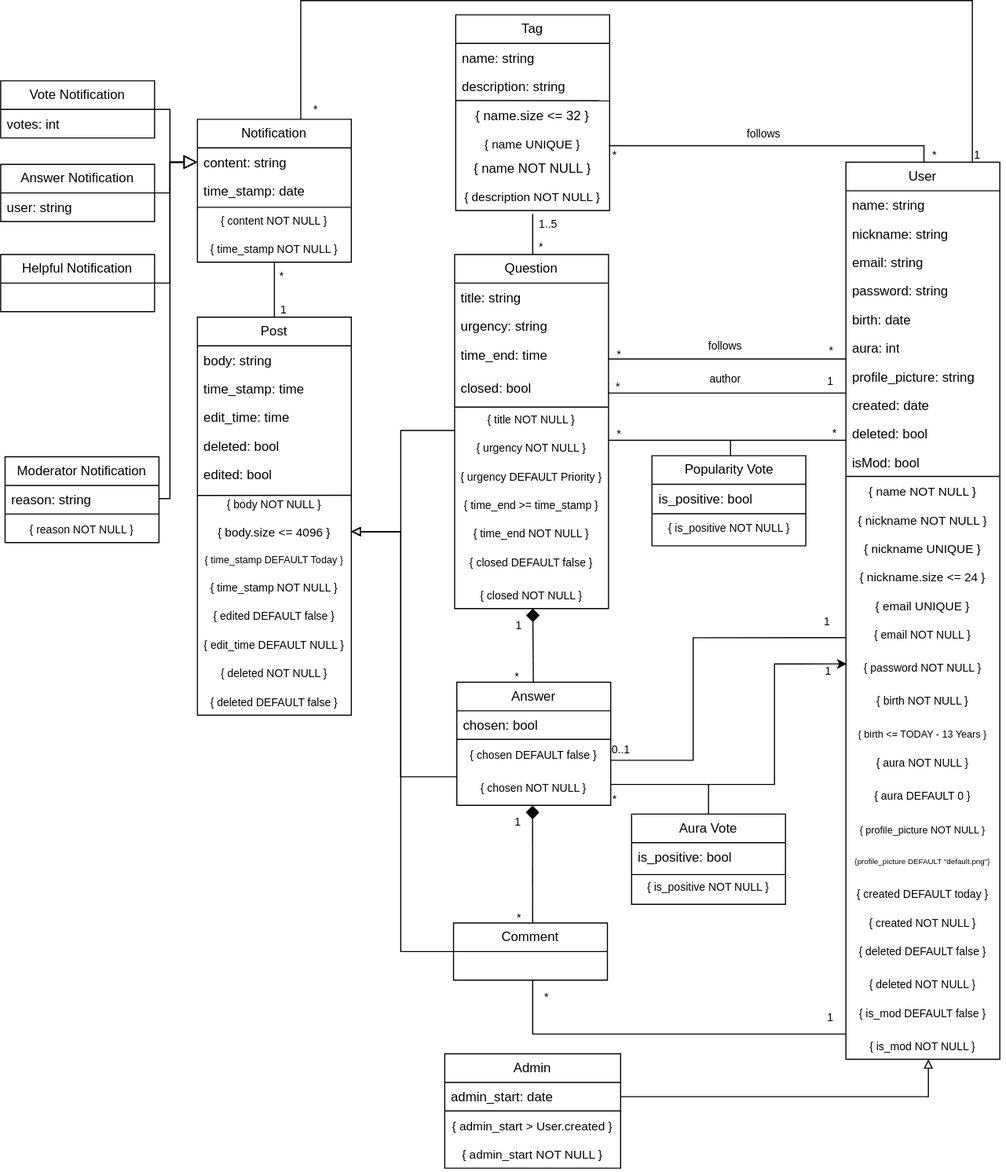
The draw.io diagram wiki/docs/EBD/Conceptual Data Model/conceptual_data_model.svg in rodeso/lbaw.4nswers, before a commit. Source tidied: cells renumbered, new cells last; positions are measured from the earlier drawing's top-left corner, leaving out a move shared by most shapes.
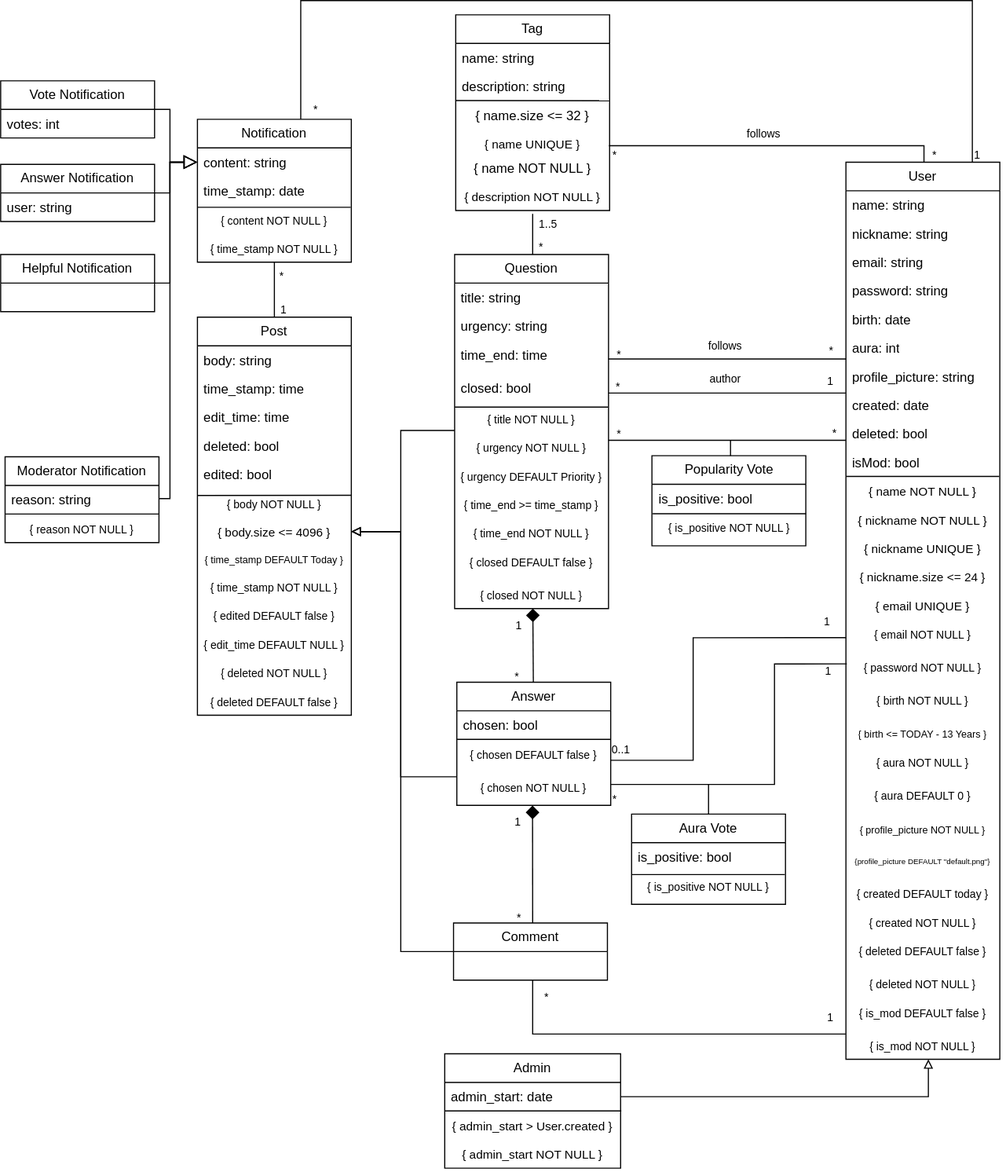
Later version of the same file.

The edit, as a diff of the source:
```diff
@@ -531,7 +531,7 @@
     <mxCell id="143" style="endArrow=diamond;html=1;rounded=0;endFill=1;endSize=10;" parent="1" edge="1" source="54" target="40">
       <mxGeometry relative="1" as="geometry" />
     </mxCell>
-    <mxCell id="144" style="edgeStyle=orthogonalEdgeStyle;rounded=0;jettySize=auto;html=1;endArrow=none;endFill=0;startArrow=classic;startFill=1;exitX=0.006;exitY=0.244;exitDx=0;exitDy=0;exitPerimeter=0;" parent="1" edge="1" target="54">
+    <mxCell id="144" style="edgeStyle=orthogonalEdgeStyle;rounded=0;jettySize=auto;html=1;endArrow=none;endFill=0;startArrow=none;startFill=0;exitX=0.006;exitY=0.244;exitDx=0;exitDy=0;exitPerimeter=0;" parent="1" edge="1" target="54">
       <mxGeometry relative="1" as="geometry">
         <mxPoint x="769.8" y="603.3" as="sourcePoint" />
         <Array as="points">
```
